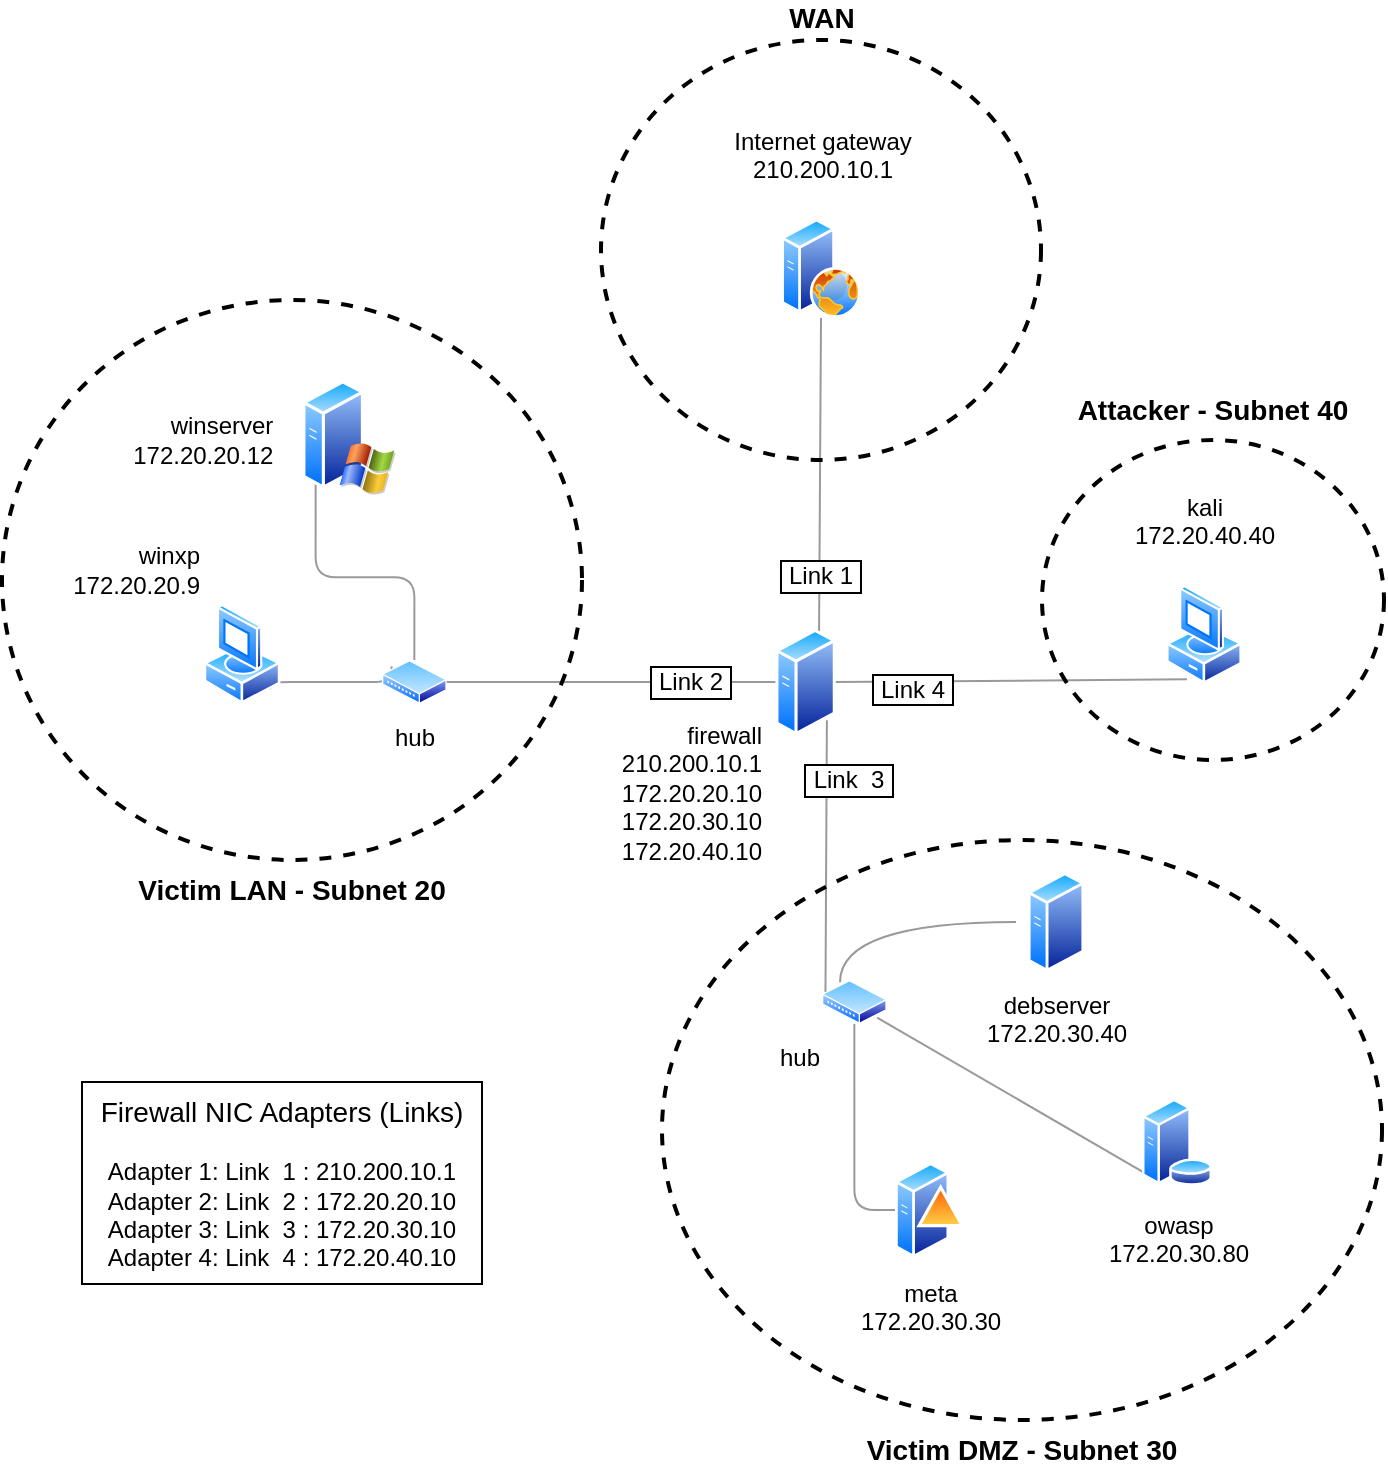
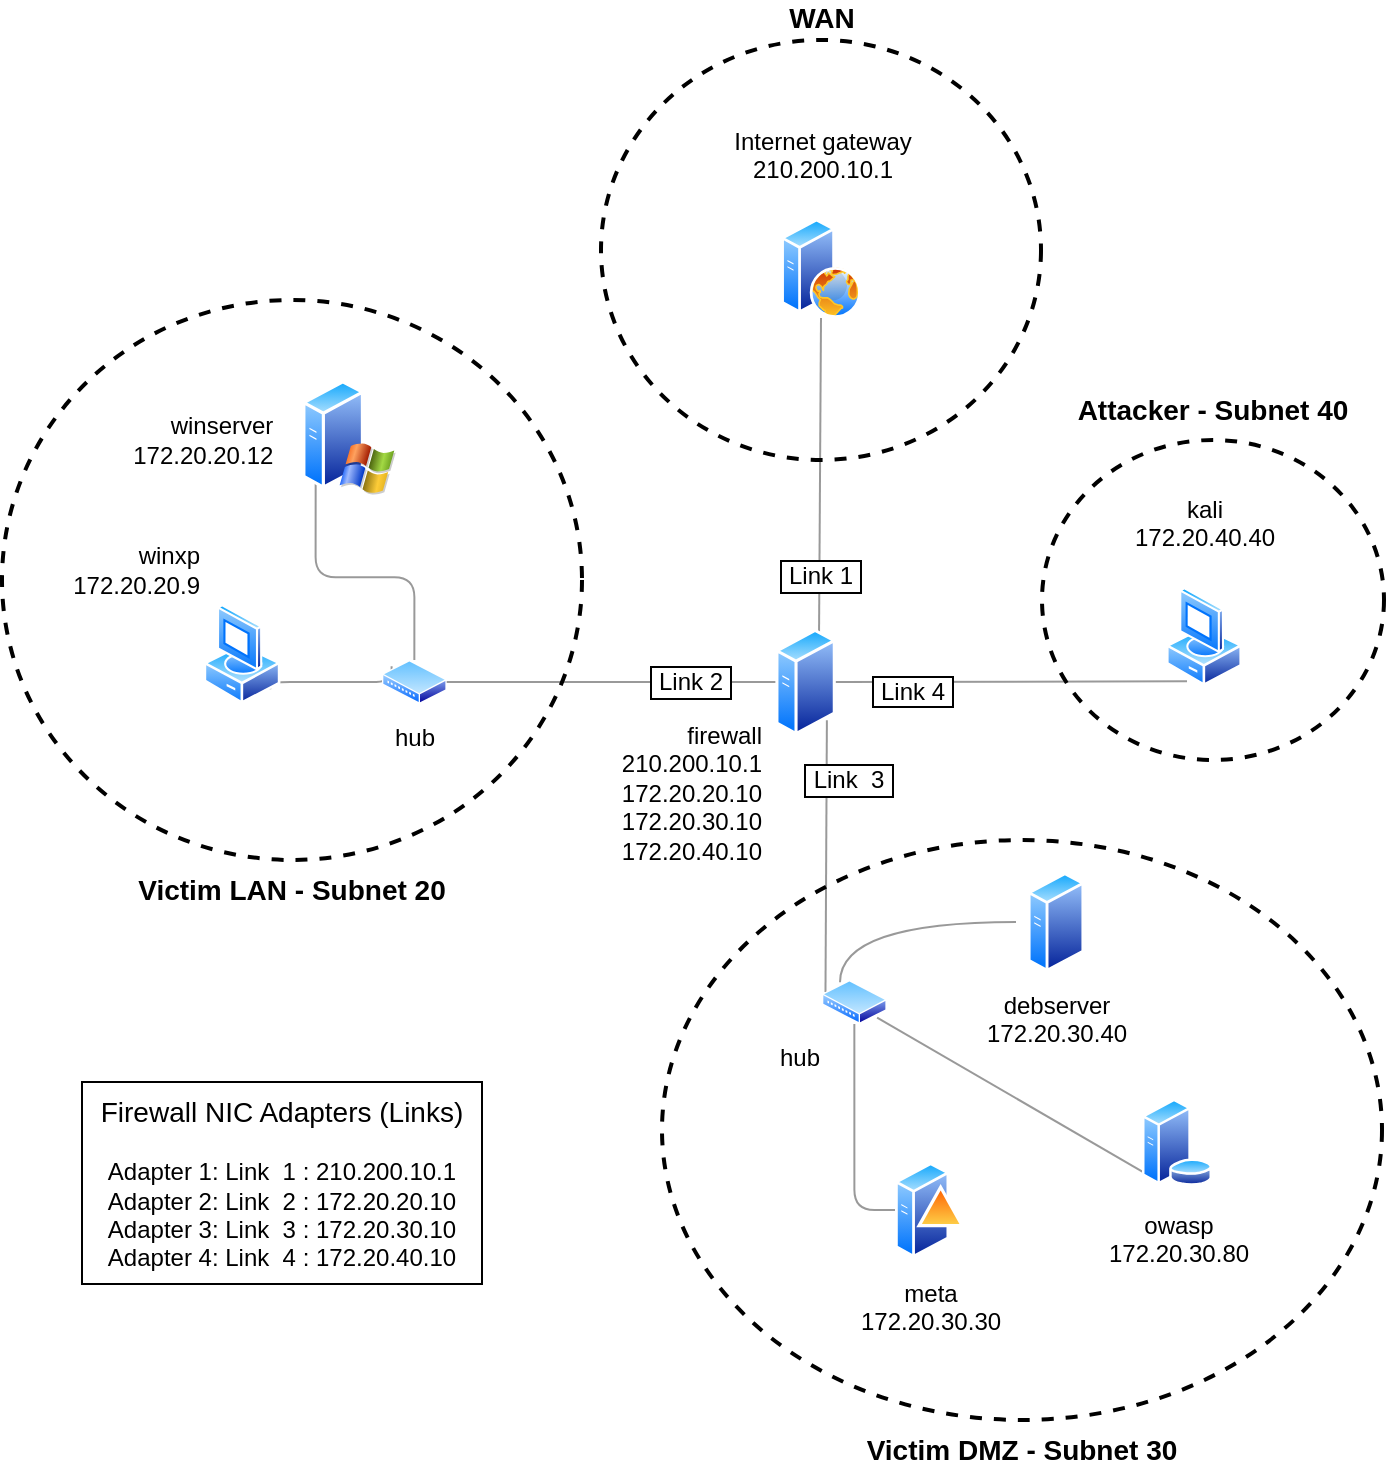
<mxfile host="app.diagrams.net">
  <diagram name="Seite-1" id="sI0nA2FEwm0xv5wlwKVV">
    <mxGraphModel dx="1940" dy="763" grid="1" gridSize="10" guides="1" tooltips="1" connect="1" arrows="1" fold="1" page="1" pageScale="1" pageWidth="827" pageHeight="1169" math="0" shadow="0">
      <root>
        <mxCell id="0" />
        <mxCell id="1" parent="0" />
        <mxCell id="a0UQNTms_buoy0jP--Xc-48" parent="1" style="ellipse;whiteSpace=wrap;html=1;fillColor=none;strokeWidth=2;labelPosition=center;verticalLabelPosition=top;align=center;verticalAlign=bottom;fontSize=14;fontStyle=1;dashed=1;strokeColor=light-dark(#000000,#FFF2CC);fontColor=light-dark(#000000,#FFF2CC);spacingTop=-1;spacingBottom=4;" value="Attacker - Subnet 40" vertex="1">
          <mxGeometry height="160" width="171" x="500" y="250" as="geometry" />
        </mxCell>
        <mxCell id="eCaSIDYicL7Bv3XTQ8XW-33" parent="1" style="ellipse;whiteSpace=wrap;html=1;fillColor=none;strokeWidth=2;labelPosition=center;verticalLabelPosition=top;align=center;verticalAlign=bottom;fontSize=14;fontStyle=1;dashed=1;strokeColor=light-dark(#000000,#FFF2CC);fontColor=light-dark(#000000,#FFF2CC);" value="WAN" vertex="1">
          <mxGeometry height="210" width="220" x="279.5" y="50" as="geometry" />
        </mxCell>
        <mxCell id="eCaSIDYicL7Bv3XTQ8XW-30" parent="1" style="ellipse;whiteSpace=wrap;html=1;fillColor=none;strokeWidth=2;labelPosition=center;verticalLabelPosition=bottom;align=center;verticalAlign=top;fontSize=14;fontStyle=1;dashed=1;strokeColor=light-dark(#000000,#FFF2CC);fontColor=light-dark(#000000,#FFF2CC);labelBorderColor=none;spacingTop=0;spacingBottom=7;" value="Victim DMZ - Subnet 30" vertex="1">
          <mxGeometry height="290" width="360" x="310" y="450" as="geometry" />
        </mxCell>
        <mxCell id="eCaSIDYicL7Bv3XTQ8XW-29" parent="1" style="ellipse;whiteSpace=wrap;html=1;fillColor=none;strokeWidth=2;labelPosition=center;verticalLabelPosition=bottom;align=center;verticalAlign=top;fontSize=14;fontStyle=1;dashed=1;strokeColor=light-dark(#000000,#FFF2CC);fontColor=light-dark(#000000,#FFF2CC);" value="Victim LAN - Subnet 20" vertex="1">
          <mxGeometry height="280" width="290" x="-20" y="180" as="geometry" />
        </mxCell>
        <mxCell id="eCaSIDYicL7Bv3XTQ8XW-1" parent="1" style="aspect=fixed;html=1;align=center;shadow=0;dashed=0;spacingTop=3;image=img/lib/active_directory/web_server.svg;labelPosition=center;verticalLabelPosition=top;verticalAlign=bottom;labelBackgroundColor=none;fontColor=light-dark(#000000,#FFFFFF);fontSize=12;shape=image;perimeter=ellipsePerimeter;" value="Internet gateway&lt;div&gt;210.200.10.1&lt;br&gt;&lt;br&gt;&lt;/div&gt;" vertex="1">
          <mxGeometry height="49.77" width="79" x="350" y="139.23000000000002" as="geometry" />
        </mxCell>
        <mxCell id="a0UQNTms_buoy0jP--Xc-31" edge="1" parent="1" source="eCaSIDYicL7Bv3XTQ8XW-10" style="rounded=0;orthogonalLoop=1;jettySize=auto;html=1;exitX=0.75;exitY=0;exitDx=0;exitDy=0;endArrow=none;endFill=0;curved=1;opacity=40;fontSize=12;labelBorderColor=light-dark(#000000,#FFB366);spacingLeft=-1;sourcePerimeterSpacing=0;startSize=6;spacingTop=100;entryX=0.5;entryY=1;entryDx=0;entryDy=0;" target="eCaSIDYicL7Bv3XTQ8XW-1" value="&lt;span&gt;&amp;nbsp;Link 1&amp;nbsp;&lt;/span&gt;">
          <mxGeometry relative="1" x="0.0031" as="geometry">
            <mxPoint as="offset" />
            <Array as="points" />
            <mxPoint x="400" y="150" as="targetPoint" />
          </mxGeometry>
        </mxCell>
        <mxCell id="eCaSIDYicL7Bv3XTQ8XW-10" parent="1" style="image;aspect=fixed;perimeter=ellipsePerimeter;html=1;align=right;shadow=0;dashed=0;spacingTop=-10;image=img/lib/active_directory/generic_server.svg;fontSize=12;labelPosition=left;verticalLabelPosition=bottom;verticalAlign=top;spacingLeft=0;spacingRight=10;spacingBottom=0;spacing=-2;labelBackgroundColor=none;" value="firewall&lt;div&gt;210.200.10.1&lt;br&gt;172.20.20.10&lt;br&gt;172.20.30.10&lt;br&gt;172.20.40.10&lt;/div&gt;" vertex="1">
          <mxGeometry height="54" width="30.24" x="366.68" y="344" as="geometry" />
        </mxCell>
        <mxCell id="a0UQNTms_buoy0jP--Xc-1" edge="1" parent="1" source="eCaSIDYicL7Bv3XTQ8XW-17" style="edgeStyle=orthogonalEdgeStyle;rounded=0;orthogonalLoop=1;jettySize=auto;html=1;exitX=0;exitY=0.5;exitDx=0;exitDy=0;entryX=0.25;entryY=0;entryDx=0;entryDy=0;endArrow=none;endFill=0;curved=1;opacity=40;" target="eCaSIDYicL7Bv3XTQ8XW-35">
          <mxGeometry relative="1" as="geometry" />
        </mxCell>
        <mxCell id="eCaSIDYicL7Bv3XTQ8XW-17" parent="1" style="aspect=fixed;html=1;align=center;shadow=0;dashed=0;spacingTop=3;image=img/lib/active_directory/generic_server.svg;shape=image;labelBackgroundColor=none;verticalAlign=top;verticalLabelPosition=bottom;perimeter=ellipsePerimeter;" value="debserver&lt;div&gt;172.20.30.40&lt;/div&gt;" vertex="1">
          <mxGeometry height="50" width="40" x="487" y="466" as="geometry" />
        </mxCell>
        <mxCell id="a0UQNTms_buoy0jP--Xc-3" edge="1" parent="1" source="eCaSIDYicL7Bv3XTQ8XW-18" style="rounded=0;orthogonalLoop=1;jettySize=auto;html=1;exitX=0;exitY=1;exitDx=0;exitDy=0;entryX=1;entryY=1;entryDx=0;entryDy=0;endArrow=none;endFill=0;opacity=40;" target="eCaSIDYicL7Bv3XTQ8XW-35">
          <mxGeometry relative="1" as="geometry" />
        </mxCell>
        <mxCell id="eCaSIDYicL7Bv3XTQ8XW-18" parent="1" style="aspect=fixed;html=1;align=center;shadow=0;dashed=0;spacingTop=3;image=img/lib/active_directory/database_server.svg;shape=image;labelBackgroundColor=none;verticalAlign=top;verticalLabelPosition=bottom;perimeter=ellipsePerimeter;" value="owasp&lt;div&gt;172.20.30.80&lt;/div&gt;" vertex="1">
          <mxGeometry height="50" width="35" x="550" y="575.9999999999999" as="geometry" />
        </mxCell>
        <mxCell id="a0UQNTms_buoy0jP--Xc-2" edge="1" parent="1" source="eCaSIDYicL7Bv3XTQ8XW-19" style="edgeStyle=orthogonalEdgeStyle;rounded=1;orthogonalLoop=1;jettySize=auto;html=1;exitX=0;exitY=0.5;exitDx=0;exitDy=0;entryX=0.5;entryY=1;entryDx=0;entryDy=0;endArrow=none;endFill=0;curved=0;opacity=40;" target="eCaSIDYicL7Bv3XTQ8XW-35">
          <mxGeometry relative="1" as="geometry" />
        </mxCell>
        <mxCell id="eCaSIDYicL7Bv3XTQ8XW-19" parent="1" style="aspect=fixed;html=1;align=center;shadow=0;dashed=0;spacingTop=3;image=img/lib/active_directory/domain_controller.svg;shape=image;labelBackgroundColor=none;verticalAlign=top;verticalLabelPosition=bottom;perimeter=ellipsePerimeter;" value="meta&lt;div&gt;172.20.30.30&lt;/div&gt;" vertex="1">
          <mxGeometry height="50" width="35" x="426.5" y="609.9999999999999" as="geometry" />
        </mxCell>
        <mxCell id="eCaSIDYicL7Bv3XTQ8XW-39" edge="1" parent="1" source="eCaSIDYicL7Bv3XTQ8XW-20" style="edgeStyle=orthogonalEdgeStyle;rounded=1;orthogonalLoop=1;jettySize=auto;html=1;exitX=1;exitY=1;exitDx=0;exitDy=0;entryX=0;entryY=0;entryDx=0;entryDy=0;curved=0;endArrow=none;endFill=0;opacity=40;" target="eCaSIDYicL7Bv3XTQ8XW-36">
          <mxGeometry relative="1" as="geometry">
            <Array as="points">
              <mxPoint x="114" y="371" />
              <mxPoint x="175" y="371" />
            </Array>
          </mxGeometry>
        </mxCell>
        <mxCell id="eCaSIDYicL7Bv3XTQ8XW-20" parent="1" style="aspect=fixed;html=1;align=right;shadow=0;dashed=0;spacingTop=3;image=img/lib/active_directory/vista_client.svg;shape=image;labelBackgroundColor=none;verticalAlign=bottom;verticalLabelPosition=top;perimeter=ellipsePerimeter;labelPosition=left;" value="winxp&lt;div&gt;172.20.20.9&lt;/div&gt;" vertex="1">
          <mxGeometry height="50" width="40" x="80" y="332" as="geometry" />
        </mxCell>
        <mxCell id="eCaSIDYicL7Bv3XTQ8XW-40" edge="1" parent="1" source="eCaSIDYicL7Bv3XTQ8XW-21" style="edgeStyle=orthogonalEdgeStyle;rounded=1;orthogonalLoop=1;jettySize=auto;html=1;exitX=0;exitY=1;exitDx=0;exitDy=0;entryX=0.5;entryY=0;entryDx=0;entryDy=0;endArrow=none;endFill=0;curved=0;opacity=40;" target="eCaSIDYicL7Bv3XTQ8XW-36">
          <mxGeometry relative="1" as="geometry" />
        </mxCell>
        <mxCell id="eCaSIDYicL7Bv3XTQ8XW-21" parent="1" style="aspect=fixed;html=1;align=right;shadow=0;dashed=0;spacingTop=3;image=img/lib/active_directory/windows_server_2.svg;shape=image;labelBackgroundColor=none;verticalAlign=middle;verticalLabelPosition=middle;perimeter=ellipsePerimeter;labelPosition=left;" value="winserver&amp;nbsp; &amp;nbsp;&amp;nbsp;&lt;div&gt;172.20.20.12&amp;nbsp; &amp;nbsp;&amp;nbsp;&lt;/div&gt;" vertex="1">
          <mxGeometry height="57.32" width="47" x="130" y="220" as="geometry" />
        </mxCell>
        <mxCell id="a0UQNTms_buoy0jP--Xc-6" edge="1" parent="1" source="eCaSIDYicL7Bv3XTQ8XW-26" style="rounded=0;orthogonalLoop=1;jettySize=auto;html=1;entryX=1;entryY=0.5;entryDx=0;entryDy=0;endArrow=none;endFill=0;opacity=40;exitX=0.25;exitY=1;exitDx=0;exitDy=0;fontSize=12;labelPosition=center;verticalLabelPosition=top;align=center;verticalAlign=bottom;labelBorderColor=light-dark(#000000,#FFB366);textShadow=0;sourcePerimeterSpacing=0;spacingTop=0;spacingLeft=-100;spacingBottom=-15;labelBackgroundColor=default;" value="&amp;nbsp;Link 4&amp;nbsp;">
          <mxGeometry relative="1" as="geometry">
            <mxPoint x="581.8663594500567" y="360.91344597206444" as="sourcePoint" />
            <mxPoint x="396.919999999981" y="371" as="targetPoint" />
          </mxGeometry>
        </mxCell>
        <mxCell id="eCaSIDYicL7Bv3XTQ8XW-26" parent="1" style="image;aspect=fixed;perimeter=ellipsePerimeter;html=1;align=center;shadow=0;dashed=0;spacingTop=3;image=img/lib/active_directory/vista_client.svg;labelPosition=center;verticalLabelPosition=top;verticalAlign=bottom;labelBackgroundColor=none;" value="kali&lt;div&gt;172.20.40.40&lt;br&gt;&lt;br&gt;&lt;/div&gt;" vertex="1">
-           <mxGeometry height="50" width="38" x="562" y="322.32" as="geometry" />
+           <mxGeometry height="50" width="38" x="562" y="323.32" as="geometry" />
        </mxCell>
        <mxCell id="a0UQNTms_buoy0jP--Xc-4" edge="1" parent="1" source="eCaSIDYicL7Bv3XTQ8XW-35" style="rounded=1;orthogonalLoop=1;jettySize=auto;html=1;exitX=0;exitY=0.25;exitDx=0;exitDy=0;endArrow=none;endFill=0;opacity=40;entryX=1;entryY=1;entryDx=0;entryDy=0;fontSize=12;labelBorderColor=light-dark(#000000,#FFB366);spacingLeft=21;spacingBottom=77;" target="eCaSIDYicL7Bv3XTQ8XW-10" value="&amp;nbsp;Link&amp;nbsp; 3&amp;nbsp;">
          <mxGeometry relative="1" x="0.0035" as="geometry">
            <mxPoint as="offset" />
            <mxPoint x="370.0000000000001" y="429.9999999999999" as="targetPoint" />
          </mxGeometry>
        </mxCell>
        <mxCell id="eCaSIDYicL7Bv3XTQ8XW-35" parent="1" style="image;aspect=fixed;perimeter=ellipsePerimeter;html=1;align=right;shadow=0;dashed=0;spacingTop=3;image=img/lib/active_directory/wiring_hub.svg;labelPosition=left;verticalLabelPosition=bottom;verticalAlign=top;" value="hub" vertex="1">
          <mxGeometry height="22" width="32.35" x="390" y="519.9999999999999" as="geometry" />
        </mxCell>
        <mxCell id="eCaSIDYicL7Bv3XTQ8XW-36" parent="1" style="image;aspect=fixed;perimeter=ellipsePerimeter;html=1;align=center;shadow=0;dashed=0;spacingTop=3;image=img/lib/active_directory/wiring_hub.svg;" value="hub" vertex="1">
          <mxGeometry height="22" width="32.35" x="170" y="360" as="geometry" />
        </mxCell>
        <mxCell id="a0UQNTms_buoy0jP--Xc-5" edge="1" parent="1" source="eCaSIDYicL7Bv3XTQ8XW-36" style="edgeStyle=orthogonalEdgeStyle;rounded=0;orthogonalLoop=1;jettySize=auto;html=1;exitX=1;exitY=0.5;exitDx=0;exitDy=0;endArrow=none;endFill=0;entryX=0;entryY=0.5;entryDx=0;entryDy=0;opacity=40;fontSize=12;labelBorderColor=light-dark(#000000,#FFB366);spacingLeft=80;" target="eCaSIDYicL7Bv3XTQ8XW-10" value="&amp;nbsp;Link 2&amp;nbsp;">
          <mxGeometry relative="1" as="geometry">
            <mxPoint x="380" y="370" as="targetPoint" />
          </mxGeometry>
        </mxCell>
        <mxCell id="a0UQNTms_buoy0jP--Xc-8" edge="1" parent="1" source="eCaSIDYicL7Bv3XTQ8XW-33" style="edgeStyle=orthogonalEdgeStyle;rounded=0;orthogonalLoop=1;jettySize=auto;html=1;exitX=0.5;exitY=1;exitDx=0;exitDy=0;" target="eCaSIDYicL7Bv3XTQ8XW-33">
          <mxGeometry relative="1" as="geometry" />
        </mxCell>
        <mxCell id="a0UQNTms_buoy0jP--Xc-45" parent="1" style="text;html=1;whiteSpace=wrap;strokeColor=light-dark(#000000,#FFB366);fillColor=none;align=center;verticalAlign=middle;rounded=0;labelPosition=center;verticalLabelPosition=middle;perimeterSpacing=2;labelBorderColor=none;" value="&lt;font style=&quot;font-size: 14px;&quot;&gt;Firewall NIC Adapters (Links)&lt;/font&gt;&lt;br&gt;&lt;div&gt;&lt;br&gt;&lt;/div&gt;&lt;div&gt;Adapter 1: Link&amp;nbsp; 1 : 210.200.10.1&lt;br&gt;Adapter 2: Link&amp;nbsp; 2 : 172.20.20.10&lt;/div&gt;&lt;div&gt;Adapter 3: Link&amp;nbsp; 3 : 172.20.30.10&lt;br&gt;Adapter 4: Link&amp;nbsp; 4 : 172.20.40.10&lt;/div&gt;" vertex="1">
          <mxGeometry height="101" width="200" x="20" y="571" as="geometry" />
        </mxCell>
        <mxCell id="a0UQNTms_buoy0jP--Xc-49" edge="1" parent="1" source="eCaSIDYicL7Bv3XTQ8XW-30" style="edgeStyle=orthogonalEdgeStyle;rounded=0;orthogonalLoop=1;jettySize=auto;html=1;exitX=0.5;exitY=1;exitDx=0;exitDy=0;" target="eCaSIDYicL7Bv3XTQ8XW-30">
          <mxGeometry relative="1" as="geometry" />
        </mxCell>
      </root>
    </mxGraphModel>
  </diagram>
</mxfile>
